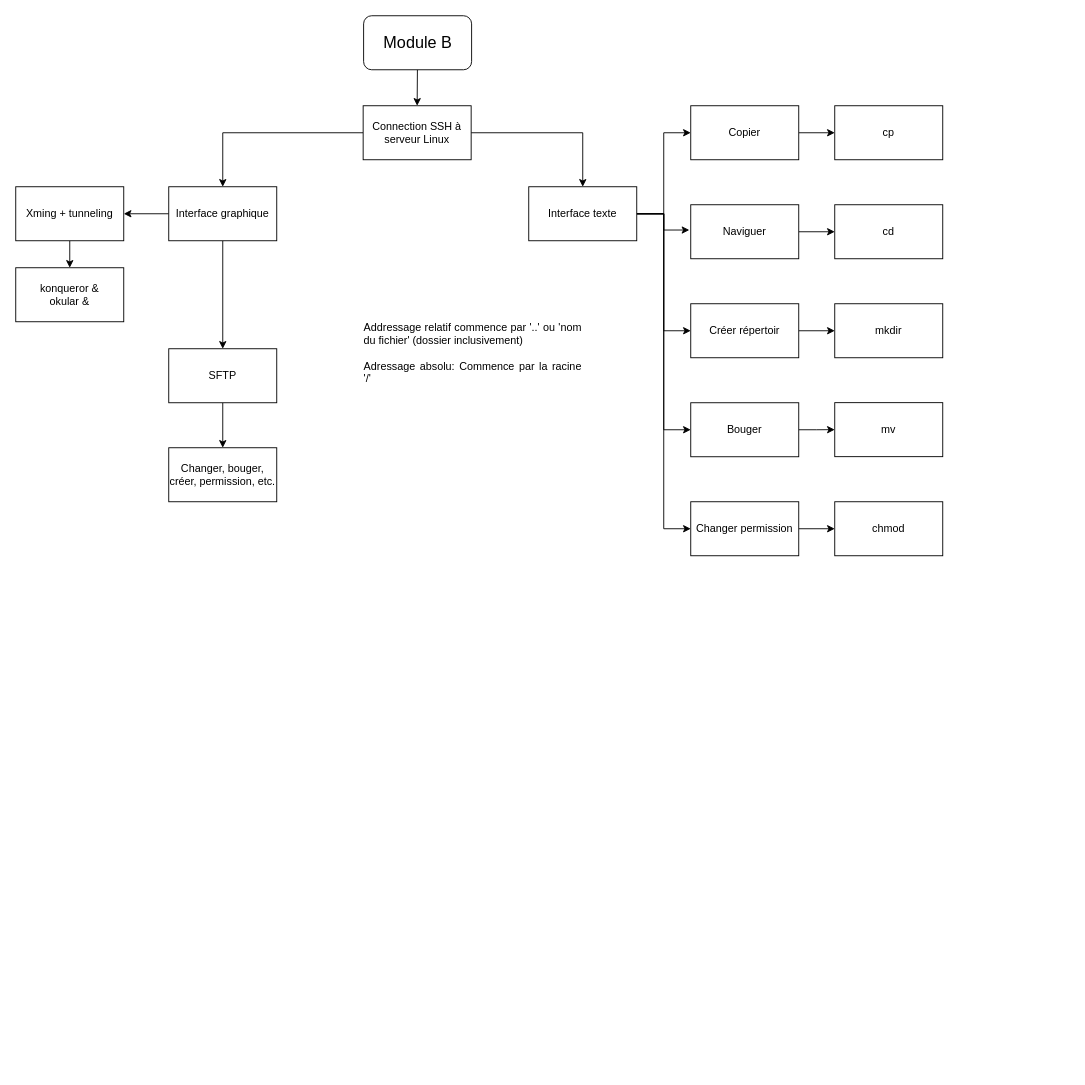
This is Module B.drawio from richard-phat-the-nguyen/MEC1315, a draw.io file, before an edit. Source tidied: cells renumbered, new cells numbered last; positions are measured from the earlier drawing's top-left corner, leaving out a move shared by most shapes. Both pictures are drawn from the tidied source at 90%, with x=0, y=0 at pixel (15, 15).
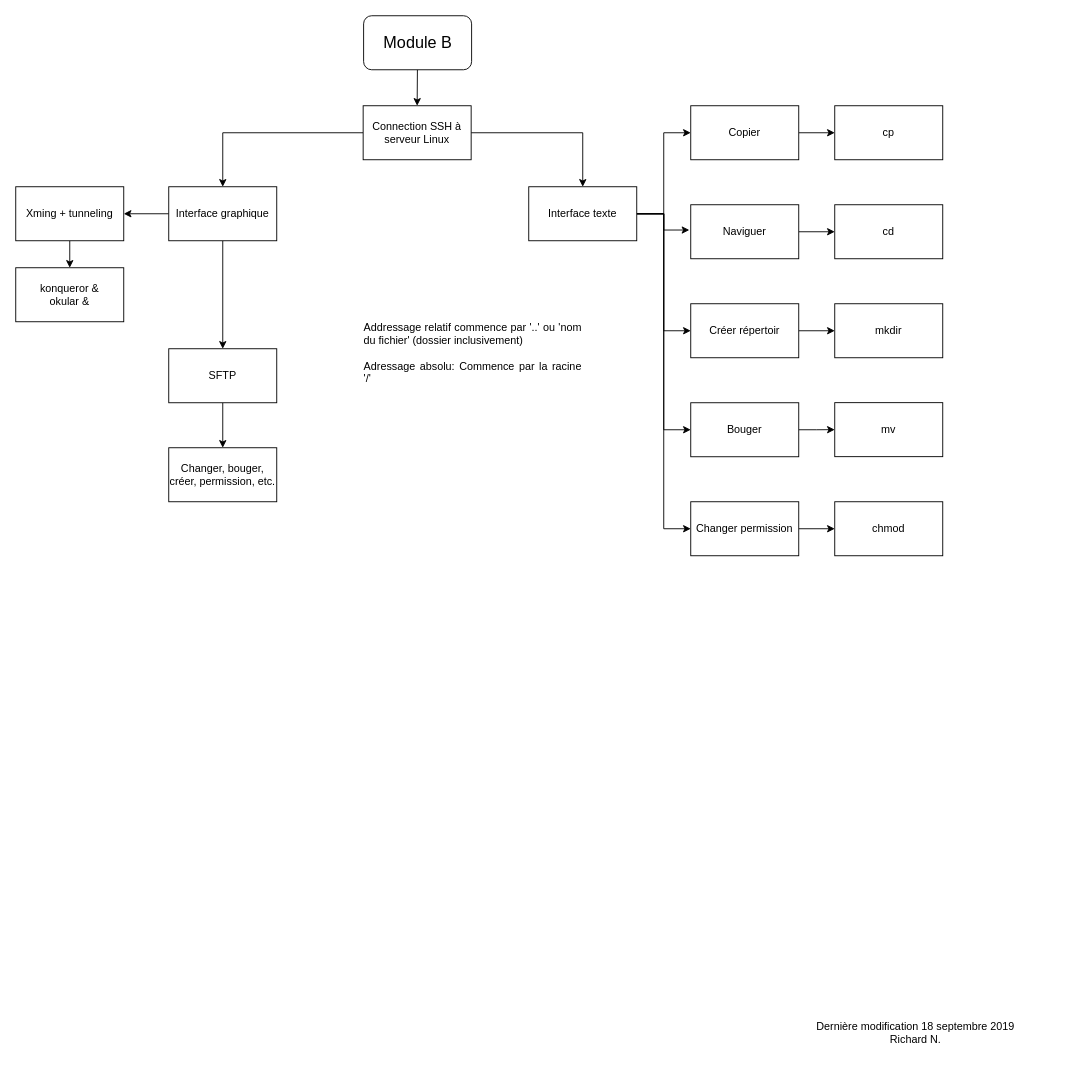
After the change.

Diff of the diagram source:
```diff
@@
+    <mxCell id="38" value="&lt;div&gt;Dernière modification 18 septembre 2019&lt;/div&gt;&lt;div&gt;Richard N.&lt;br&gt;&lt;/div&gt;" style="text;html=1;strokeColor=none;fillColor=none;align=center;verticalAlign=middle;whiteSpace=wrap;rounded=0;" parent="1" vertex="1">
+      <mxGeometry x="830" y="1090" width="340" height="80" as="geometry" />
+    </mxCell>
```
